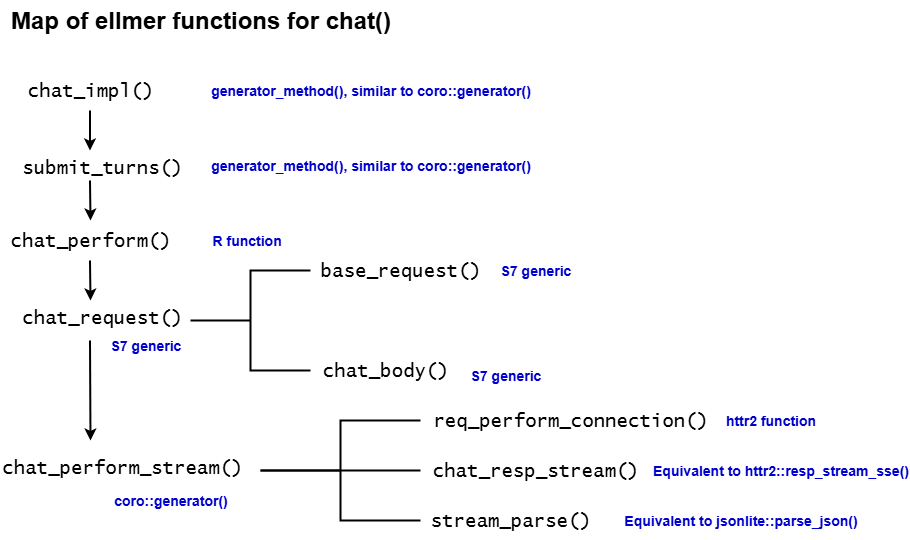
howardbaik/insidethetv-quarto keeps this draw.io diagram as posts/deep-dive-into-ellmer-part1/img/diagram.png. Above is the earlier version. Source tidied: cells renumbered, new cells last; positions are measured from the earlier drawing's top-left corner, leaving out a move shared by most shapes. The source it was exported from:
```xml
<mxGraphModel>
  <root>
    <mxCell id="0" />
    <mxCell id="1" parent="0" />
    <mxCell id="2" value="&lt;font face=&quot;Lucida Console&quot;&gt;chat_impl()&lt;/font&gt;" style="text;html=1;align=center;verticalAlign=middle;strokeColor=none;fillColor=none;fontSize=19;" parent="1" vertex="1">
      <mxGeometry x="15" y="70" width="150" height="40" as="geometry" />
    </mxCell>
    <mxCell id="3" style="endArrow=classic;html=1;rounded=0;strokeWidth=2;" parent="1" edge="1">
      <mxGeometry relative="1" as="geometry">
        <mxPoint x="89.5" y="110" as="sourcePoint" />
        <mxPoint x="89.5" y="150" as="targetPoint" />
      </mxGeometry>
    </mxCell>
    <mxCell id="4" value="submit_turns()" style="text;whiteSpace=wrap;fontSize=19;fontFamily=Lucida Console;" parent="1" vertex="1">
      <mxGeometry x="20" y="150" width="160" height="45.7" as="geometry" />
    </mxCell>
    <mxCell id="5" value="&lt;font face=&quot;Lucida Console&quot;&gt;chat_perform()&lt;/font&gt;" style="text;html=1;align=center;verticalAlign=middle;strokeColor=none;fillColor=none;fontSize=19;" parent="1" vertex="1">
      <mxGeometry y="220" width="180" height="40" as="geometry" />
    </mxCell>
    <mxCell id="6" value="chat_request()" style="text;whiteSpace=wrap;fontSize=19;fontFamily=Lucida Console;" parent="1" vertex="1">
      <mxGeometry x="20" y="300" width="140" height="40" as="geometry" />
    </mxCell>
    <mxCell id="7" style="endArrow=classic;html=1;rounded=0;strokeWidth=2;" parent="1" edge="1">
      <mxGeometry relative="1" as="geometry">
        <mxPoint x="89.5" y="180" as="sourcePoint" />
        <mxPoint x="90" y="220" as="targetPoint" />
      </mxGeometry>
    </mxCell>
    <mxCell id="8" value="&lt;font face=&quot;Lucida Console&quot;&gt;base_request()&lt;/font&gt;" style="text;html=1;align=center;verticalAlign=middle;strokeColor=none;fillColor=none;fontSize=19;" parent="1" vertex="1">
      <mxGeometry x="310" y="250" width="180" height="40" as="geometry" />
    </mxCell>
    <mxCell id="9" value="&lt;font face=&quot;Lucida Console&quot;&gt;chat_body()&lt;/font&gt;" style="text;html=1;align=center;verticalAlign=middle;strokeColor=none;fillColor=none;fontSize=19;" parent="1" vertex="1">
      <mxGeometry x="310" y="350" width="150" height="40" as="geometry" />
    </mxCell>
    <mxCell id="10" style="endArrow=classic;html=1;rounded=0;strokeWidth=2;" parent="1" edge="1">
      <mxGeometry relative="1" as="geometry">
        <mxPoint x="89.5" y="340" as="sourcePoint" />
        <mxPoint x="90" y="440" as="targetPoint" />
      </mxGeometry>
    </mxCell>
    <mxCell id="11" value="chat_perform_stream()" style="text;whiteSpace=wrap;fontSize=19;fontFamily=Lucida Console;" parent="1" vertex="1">
      <mxGeometry y="450" width="170" height="40" as="geometry" />
    </mxCell>
    <mxCell id="12" style="strokeWidth=2;html=1;shape=mxgraph.flowchart.annotation_2;align=left;labelPosition=right;" parent="1" vertex="1">
      <mxGeometry x="190" y="270" width="120" height="100" as="geometry" />
    </mxCell>
    <mxCell id="13" style="ellipse;whiteSpace=wrap;html=1;align=center;fillColor=none;strokeColor=none;perimeter=centerPerimeter;" parent="1" vertex="1">
      <mxGeometry x="130" y="370" width="10" height="10" as="geometry" />
    </mxCell>
    <mxCell id="14" value="&lt;font face=&quot;Lucida Console&quot;&gt;req_perform_connection()&lt;/font&gt;" style="text;html=1;align=center;verticalAlign=middle;strokeColor=none;fillColor=none;fontSize=19;" parent="1" vertex="1">
      <mxGeometry x="420" y="400" width="300" height="40" as="geometry" />
    </mxCell>
    <mxCell id="15" value="&lt;font face=&quot;Lucida Console&quot;&gt;stream_parse()&lt;/font&gt;" style="text;html=1;align=center;verticalAlign=middle;strokeColor=none;fillColor=none;fontSize=19;" parent="1" vertex="1">
      <mxGeometry x="420" y="500" width="180" height="40" as="geometry" />
    </mxCell>
    <mxCell id="16" style="strokeWidth=2;html=1;shape=mxgraph.flowchart.annotation_2;align=left;labelPosition=right;" parent="1" vertex="1">
      <mxGeometry x="260" y="420" width="160" height="100" as="geometry" />
    </mxCell>
    <mxCell id="17" value="&lt;font face=&quot;Lucida Console&quot;&gt;chat_resp_stream()&lt;/font&gt;" style="text;html=1;align=center;verticalAlign=middle;strokeColor=none;fillColor=none;fontSize=19;" parent="1" vertex="1">
      <mxGeometry x="420" y="450" width="230" height="40" as="geometry" />
    </mxCell>
    <mxCell id="18" value="&lt;font style=&quot;font-size: 24px;&quot;&gt;&lt;b&gt;Map of ellmer functions for chat()&lt;/b&gt;&lt;/font&gt;" style="text;html=1;align=center;verticalAlign=middle;strokeColor=none;fillColor=none;" parent="1" vertex="1">
      <mxGeometry width="400" height="40" as="geometry" />
    </mxCell>
    <mxCell id="19" value="&lt;font style=&quot;color: rgb(0, 0, 204); font-size: 14px;&quot;&gt;&lt;b style=&quot;&quot;&gt;generator_method(), similar to coro::generator()&lt;/b&gt;&lt;/font&gt;" style="text;html=1;align=center;verticalAlign=middle;strokeColor=none;fillColor=none;" parent="1" vertex="1">
      <mxGeometry x="200" y="75" width="340" height="30" as="geometry" />
    </mxCell>
    <mxCell id="20" value="&lt;font style=&quot;color: rgb(0, 0, 204); font-size: 14px;&quot;&gt;&lt;b style=&quot;&quot;&gt;generator_method(),&amp;nbsp;&lt;/b&gt;&lt;/font&gt;&lt;b style=&quot;color: light-dark(rgb(0, 0, 204), rgb(212, 212, 255)); font-size: 14px; background-color: transparent;&quot;&gt;similar to coro::generator()&lt;/b&gt;" style="text;html=1;align=center;verticalAlign=middle;strokeColor=none;fillColor=none;" parent="1" vertex="1">
      <mxGeometry x="200" y="150" width="340" height="30" as="geometry" />
    </mxCell>
    <mxCell id="21" value="&lt;font color=&quot;#0000cc&quot;&gt;&lt;span&gt;&lt;span&gt;S7 generic&lt;/span&gt;&lt;/span&gt;&lt;/font&gt;" style="text;html=1;align=center;verticalAlign=middle;strokeColor=none;fillColor=none;fontSize=14;fontStyle=1;" parent="1" vertex="1">
      <mxGeometry x="100" y="330" width="90" height="30" as="geometry" />
    </mxCell>
    <mxCell id="22" value="&lt;font color=&quot;#0000cc&quot;&gt;&lt;span&gt;&lt;span&gt;S7 generic&lt;/span&gt;&lt;/span&gt;&lt;/font&gt;" style="text;html=1;align=center;verticalAlign=middle;strokeColor=none;fillColor=none;fontSize=14;fontStyle=1;" parent="1" vertex="1">
      <mxGeometry x="490" y="255" width="90" height="30" as="geometry" />
    </mxCell>
    <mxCell id="23" value="&lt;font color=&quot;#0000cc&quot;&gt;&lt;span&gt;&lt;span&gt;S7 generic&lt;/span&gt;&lt;/span&gt;&lt;/font&gt;" style="text;html=1;align=center;verticalAlign=middle;strokeColor=none;fillColor=none;fontSize=14;fontStyle=1;" parent="1" vertex="1">
      <mxGeometry x="460" y="360" width="90" height="30" as="geometry" />
    </mxCell>
    <mxCell id="24" style="line;strokeWidth=2;html=1;perimeter=backbonePerimeter;" parent="1" vertex="1">
      <mxGeometry x="260" y="465" width="160" height="10" as="geometry" />
    </mxCell>
    <mxCell id="25" style="endArrow=classic;html=1;rounded=0;strokeWidth=2;" parent="1" edge="1">
      <mxGeometry relative="1" as="geometry">
        <mxPoint x="89.5" y="260" as="sourcePoint" />
        <mxPoint x="90" y="300" as="targetPoint" />
      </mxGeometry>
    </mxCell>
    <mxCell id="26" value="&lt;font color=&quot;#0000cc&quot;&gt;&lt;span&gt;&lt;span&gt;httr2 function&lt;/span&gt;&lt;/span&gt;&lt;/font&gt;" style="text;html=1;align=center;verticalAlign=middle;strokeColor=none;fillColor=none;fontSize=14;fontStyle=1;" parent="1" vertex="1">
      <mxGeometry x="720" y="405" width="100" height="30" as="geometry" />
    </mxCell>
    <mxCell id="27" value="&lt;font color=&quot;#0000cc&quot;&gt;&lt;span style=&quot;font-size: 14px;&quot;&gt;&lt;b&gt;R function&lt;/b&gt;&lt;/span&gt;&lt;/font&gt;" style="text;html=1;align=left;verticalAlign=middle;strokeColor=none;fillColor=none;" parent="1" vertex="1">
      <mxGeometry x="210" y="225" width="90" height="30" as="geometry" />
    </mxCell>
    <mxCell id="28" value="&lt;font color=&quot;#0000cc&quot;&gt;&lt;span&gt;&lt;span&gt;Equivalent to httr2::resp_stream_sse()&lt;/span&gt;&lt;/span&gt;&lt;/font&gt;" style="text;html=1;align=center;verticalAlign=middle;strokeColor=none;fillColor=none;fontSize=14;fontStyle=1;" parent="1" vertex="1">
      <mxGeometry x="650" y="455" width="260" height="30" as="geometry" />
    </mxCell>
    <mxCell id="29" value="&lt;font color=&quot;#0000cc&quot;&gt;&lt;span&gt;&lt;span&gt;Equivalent to jsonlite::parse_json()&lt;/span&gt;&lt;/span&gt;&lt;/font&gt;" style="text;html=1;align=center;verticalAlign=middle;strokeColor=none;fillColor=none;fontSize=14;fontStyle=1;" parent="1" vertex="1">
      <mxGeometry x="620" y="505" width="240" height="30" as="geometry" />
    </mxCell>
    <mxCell id="30" value="&lt;b style=&quot;color: light-dark(rgb(0, 0, 204), rgb(212, 212, 255)); font-size: 14px; background-color: transparent;&quot;&gt;coro::generator()&lt;/b&gt;" style="text;html=1;align=center;verticalAlign=middle;strokeColor=none;fillColor=none;" parent="1" vertex="1">
      <mxGeometry x="100" y="485" width="140" height="30" as="geometry" />
    </mxCell>
  </root>
</mxGraphModel>
```
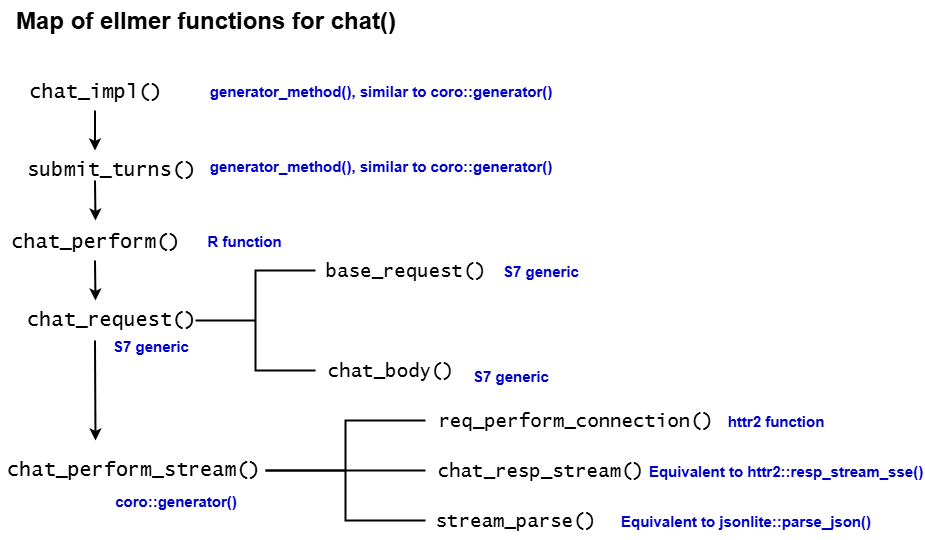
Above is the later version.

Commit message:
Finish draft

The edit, as a diff of the source:
```diff
@@ -2,8 +2,8 @@
   <root>
     <mxCell id="0" />
     <mxCell id="1" parent="0" />
-    <mxCell id="2" value="&lt;font face=&quot;Lucida Console&quot;&gt;chat_impl()&lt;/font&gt;" style="text;html=1;align=center;verticalAlign=middle;strokeColor=none;fillColor=none;fontSize=19;" parent="1" vertex="1">
-      <mxGeometry x="15" y="70" width="150" height="40" as="geometry" />
+    <mxCell id="2" value="&lt;font face=&quot;Lucida Console&quot;&gt;chat_impl()&lt;/font&gt;" style="text;html=1;align=center;verticalAlign=middle;strokeColor=none;fillColor=none;fontSize=20;" parent="1" vertex="1">
+      <mxGeometry x="10" y="70" width="160" height="40" as="geometry" />
     </mxCell>
     <mxCell id="3" style="endArrow=classic;html=1;rounded=0;strokeWidth=2;" parent="1" edge="1">
       <mxGeometry relative="1" as="geometry">
@@ -11,13 +11,13 @@
         <mxPoint x="89.5" y="150" as="targetPoint" />
       </mxGeometry>
     </mxCell>
-    <mxCell id="4" value="submit_turns()" style="text;whiteSpace=wrap;fontSize=19;fontFamily=Lucida Console;" parent="1" vertex="1">
+    <mxCell id="4" value="submit_turns()" style="text;whiteSpace=wrap;fontSize=20;fontFamily=Lucida Console;" parent="1" vertex="1">
       <mxGeometry x="20" y="150" width="160" height="45.7" as="geometry" />
     </mxCell>
-    <mxCell id="5" value="&lt;font face=&quot;Lucida Console&quot;&gt;chat_perform()&lt;/font&gt;" style="text;html=1;align=center;verticalAlign=middle;strokeColor=none;fillColor=none;fontSize=19;" parent="1" vertex="1">
-      <mxGeometry y="220" width="180" height="40" as="geometry" />
+    <mxCell id="5" value="&lt;font face=&quot;Lucida Console&quot;&gt;chat_perform()&lt;/font&gt;" style="text;html=1;align=center;verticalAlign=middle;strokeColor=none;fillColor=none;fontSize=20;" parent="1" vertex="1">
+      <mxGeometry x="-5" y="220" width="190" height="40" as="geometry" />
     </mxCell>
-    <mxCell id="6" value="chat_request()" style="text;whiteSpace=wrap;fontSize=19;fontFamily=Lucida Console;" parent="1" vertex="1">
+    <mxCell id="6" value="chat_request()" style="text;whiteSpace=wrap;fontSize=20;fontFamily=Lucida Console;" parent="1" vertex="1">
       <mxGeometry x="20" y="300" width="140" height="40" as="geometry" />
     </mxCell>
     <mxCell id="7" style="endArrow=classic;html=1;rounded=0;strokeWidth=2;" parent="1" edge="1">
@@ -38,7 +38,7 @@
         <mxPoint x="90" y="440" as="targetPoint" />
       </mxGeometry>
     </mxCell>
-    <mxCell id="11" value="chat_perform_stream()" style="text;whiteSpace=wrap;fontSize=19;fontFamily=Lucida Console;" parent="1" vertex="1">
+    <mxCell id="11" value="chat_perform_stream()" style="text;whiteSpace=wrap;fontSize=20;fontFamily=Lucida Console;" parent="1" vertex="1">
       <mxGeometry y="450" width="170" height="40" as="geometry" />
     </mxCell>
     <mxCell id="12" style="strokeWidth=2;html=1;shape=mxgraph.flowchart.annotation_2;align=left;labelPosition=right;" parent="1" vertex="1">
@@ -62,20 +62,20 @@
     <mxCell id="18" value="&lt;font style=&quot;font-size: 24px;&quot;&gt;&lt;b&gt;Map of ellmer functions for chat()&lt;/b&gt;&lt;/font&gt;" style="text;html=1;align=center;verticalAlign=middle;strokeColor=none;fillColor=none;" parent="1" vertex="1">
       <mxGeometry width="400" height="40" as="geometry" />
     </mxCell>
-    <mxCell id="19" value="&lt;font style=&quot;color: rgb(0, 0, 204); font-size: 14px;&quot;&gt;&lt;b style=&quot;&quot;&gt;generator_method(), similar to coro::generator()&lt;/b&gt;&lt;/font&gt;" style="text;html=1;align=center;verticalAlign=middle;strokeColor=none;fillColor=none;" parent="1" vertex="1">
-      <mxGeometry x="200" y="75" width="340" height="30" as="geometry" />
+    <mxCell id="19" value="&lt;font style=&quot;color: rgb(0, 0, 204);&quot;&gt;&lt;b&gt;generator_method(), similar to coro::generator()&lt;/b&gt;&lt;/font&gt;" style="text;html=1;align=center;verticalAlign=middle;strokeColor=none;fillColor=none;fontSize=15;" parent="1" vertex="1">
+      <mxGeometry x="190" y="75" width="370" height="30" as="geometry" />
     </mxCell>
-    <mxCell id="20" value="&lt;font style=&quot;color: rgb(0, 0, 204); font-size: 14px;&quot;&gt;&lt;b style=&quot;&quot;&gt;generator_method(),&amp;nbsp;&lt;/b&gt;&lt;/font&gt;&lt;b style=&quot;color: light-dark(rgb(0, 0, 204), rgb(212, 212, 255)); font-size: 14px; background-color: transparent;&quot;&gt;similar to coro::generator()&lt;/b&gt;" style="text;html=1;align=center;verticalAlign=middle;strokeColor=none;fillColor=none;" parent="1" vertex="1">
-      <mxGeometry x="200" y="150" width="340" height="30" as="geometry" />
+    <mxCell id="20" value="&lt;font style=&quot;color: rgb(0, 0, 204);&quot;&gt;&lt;b&gt;generator_method(),&amp;nbsp;&lt;/b&gt;&lt;/font&gt;&lt;b style=&quot;color: light-dark(rgb(0, 0, 204), rgb(212, 212, 255)); background-color: transparent;&quot;&gt;similar to coro::generator()&lt;/b&gt;" style="text;html=1;align=center;verticalAlign=middle;strokeColor=none;fillColor=none;fontSize=15;" parent="1" vertex="1">
+      <mxGeometry x="190" y="150" width="370" height="30" as="geometry" />
     </mxCell>
-    <mxCell id="21" value="&lt;font color=&quot;#0000cc&quot;&gt;&lt;span&gt;&lt;span&gt;S7 generic&lt;/span&gt;&lt;/span&gt;&lt;/font&gt;" style="text;html=1;align=center;verticalAlign=middle;strokeColor=none;fillColor=none;fontSize=14;fontStyle=1;" parent="1" vertex="1">
-      <mxGeometry x="100" y="330" width="90" height="30" as="geometry" />
+    <mxCell id="21" value="&lt;font color=&quot;#0000cc&quot;&gt;&lt;span&gt;&lt;span&gt;S7 generic&lt;/span&gt;&lt;/span&gt;&lt;/font&gt;" style="text;html=1;align=center;verticalAlign=middle;strokeColor=none;fillColor=none;fontSize=15;fontStyle=1;" parent="1" vertex="1">
+      <mxGeometry x="95" y="330" width="100" height="30" as="geometry" />
     </mxCell>
-    <mxCell id="22" value="&lt;font color=&quot;#0000cc&quot;&gt;&lt;span&gt;&lt;span&gt;S7 generic&lt;/span&gt;&lt;/span&gt;&lt;/font&gt;" style="text;html=1;align=center;verticalAlign=middle;strokeColor=none;fillColor=none;fontSize=14;fontStyle=1;" parent="1" vertex="1">
-      <mxGeometry x="490" y="255" width="90" height="30" as="geometry" />
+    <mxCell id="22" value="&lt;font color=&quot;#0000cc&quot;&gt;&lt;span&gt;&lt;span&gt;S7 generic&lt;/span&gt;&lt;/span&gt;&lt;/font&gt;" style="text;html=1;align=center;verticalAlign=middle;strokeColor=none;fillColor=none;fontSize=15;fontStyle=1;" parent="1" vertex="1">
+      <mxGeometry x="485" y="255" width="100" height="30" as="geometry" />
     </mxCell>
-    <mxCell id="23" value="&lt;font color=&quot;#0000cc&quot;&gt;&lt;span&gt;&lt;span&gt;S7 generic&lt;/span&gt;&lt;/span&gt;&lt;/font&gt;" style="text;html=1;align=center;verticalAlign=middle;strokeColor=none;fillColor=none;fontSize=14;fontStyle=1;" parent="1" vertex="1">
-      <mxGeometry x="460" y="360" width="90" height="30" as="geometry" />
+    <mxCell id="23" value="&lt;font color=&quot;#0000cc&quot;&gt;&lt;span&gt;&lt;span&gt;S7 generic&lt;/span&gt;&lt;/span&gt;&lt;/font&gt;" style="text;html=1;align=center;verticalAlign=middle;strokeColor=none;fillColor=none;fontSize=15;fontStyle=1;" parent="1" vertex="1">
+      <mxGeometry x="455" y="360" width="100" height="30" as="geometry" />
     </mxCell>
     <mxCell id="24" style="line;strokeWidth=2;html=1;perimeter=backbonePerimeter;" parent="1" vertex="1">
       <mxGeometry x="260" y="465" width="160" height="10" as="geometry" />
@@ -86,20 +86,20 @@
         <mxPoint x="90" y="300" as="targetPoint" />
       </mxGeometry>
     </mxCell>
-    <mxCell id="26" value="&lt;font color=&quot;#0000cc&quot;&gt;&lt;span&gt;&lt;span&gt;httr2 function&lt;/span&gt;&lt;/span&gt;&lt;/font&gt;" style="text;html=1;align=center;verticalAlign=middle;strokeColor=none;fillColor=none;fontSize=14;fontStyle=1;" parent="1" vertex="1">
-      <mxGeometry x="720" y="405" width="100" height="30" as="geometry" />
+    <mxCell id="26" value="&lt;font color=&quot;#0000cc&quot;&gt;&lt;span&gt;&lt;span&gt;httr2 function&lt;/span&gt;&lt;/span&gt;&lt;/font&gt;" style="text;html=1;align=center;verticalAlign=middle;strokeColor=none;fillColor=none;fontSize=15;fontStyle=1;" parent="1" vertex="1">
+      <mxGeometry x="715" y="405" width="110" height="30" as="geometry" />
     </mxCell>
-    <mxCell id="27" value="&lt;font color=&quot;#0000cc&quot;&gt;&lt;span style=&quot;font-size: 14px;&quot;&gt;&lt;b&gt;R function&lt;/b&gt;&lt;/span&gt;&lt;/font&gt;" style="text;html=1;align=left;verticalAlign=middle;strokeColor=none;fillColor=none;" parent="1" vertex="1">
-      <mxGeometry x="210" y="225" width="90" height="30" as="geometry" />
+    <mxCell id="27" value="&lt;font color=&quot;#0000cc&quot;&gt;&lt;span&gt;&lt;b&gt;R function&lt;/b&gt;&lt;/span&gt;&lt;/font&gt;" style="text;html=1;align=left;verticalAlign=middle;strokeColor=none;fillColor=none;fontSize=15;" parent="1" vertex="1">
+      <mxGeometry x="200" y="225" width="100" height="30" as="geometry" />
     </mxCell>
-    <mxCell id="28" value="&lt;font color=&quot;#0000cc&quot;&gt;&lt;span&gt;&lt;span&gt;Equivalent to httr2::resp_stream_sse()&lt;/span&gt;&lt;/span&gt;&lt;/font&gt;" style="text;html=1;align=center;verticalAlign=middle;strokeColor=none;fillColor=none;fontSize=14;fontStyle=1;" parent="1" vertex="1">
-      <mxGeometry x="650" y="455" width="260" height="30" as="geometry" />
+    <mxCell id="28" value="&lt;font color=&quot;#0000cc&quot;&gt;&lt;span&gt;&lt;span&gt;Equivalent to httr2::resp_stream_sse()&lt;/span&gt;&lt;/span&gt;&lt;/font&gt;" style="text;html=1;align=center;verticalAlign=middle;strokeColor=none;fillColor=none;fontSize=15;fontStyle=1;" parent="1" vertex="1">
+      <mxGeometry x="640" y="455" width="280" height="30" as="geometry" />
     </mxCell>
-    <mxCell id="29" value="&lt;font color=&quot;#0000cc&quot;&gt;&lt;span&gt;&lt;span&gt;Equivalent to jsonlite::parse_json()&lt;/span&gt;&lt;/span&gt;&lt;/font&gt;" style="text;html=1;align=center;verticalAlign=middle;strokeColor=none;fillColor=none;fontSize=14;fontStyle=1;" parent="1" vertex="1">
-      <mxGeometry x="620" y="505" width="240" height="30" as="geometry" />
+    <mxCell id="29" value="&lt;font color=&quot;#0000cc&quot;&gt;&lt;span&gt;&lt;span&gt;Equivalent to jsonlite::parse_json()&lt;/span&gt;&lt;/span&gt;&lt;/font&gt;" style="text;html=1;align=center;verticalAlign=middle;strokeColor=none;fillColor=none;fontSize=15;fontStyle=1;" parent="1" vertex="1">
+      <mxGeometry x="615" y="505" width="250" height="30" as="geometry" />
     </mxCell>
-    <mxCell id="30" value="&lt;b style=&quot;color: light-dark(rgb(0, 0, 204), rgb(212, 212, 255)); font-size: 14px; background-color: transparent;&quot;&gt;coro::generator()&lt;/b&gt;" style="text;html=1;align=center;verticalAlign=middle;strokeColor=none;fillColor=none;" parent="1" vertex="1">
-      <mxGeometry x="100" y="485" width="140" height="30" as="geometry" />
+    <mxCell id="30" value="&lt;b style=&quot;color: light-dark(rgb(0, 0, 204), rgb(212, 212, 255)); background-color: transparent;&quot;&gt;coro::generator()&lt;/b&gt;" style="text;html=1;align=center;verticalAlign=middle;strokeColor=none;fillColor=none;fontSize=15;" parent="1" vertex="1">
+      <mxGeometry x="95" y="485" width="150" height="30" as="geometry" />
     </mxCell>
   </root>
 </mxGraphModel>
```
